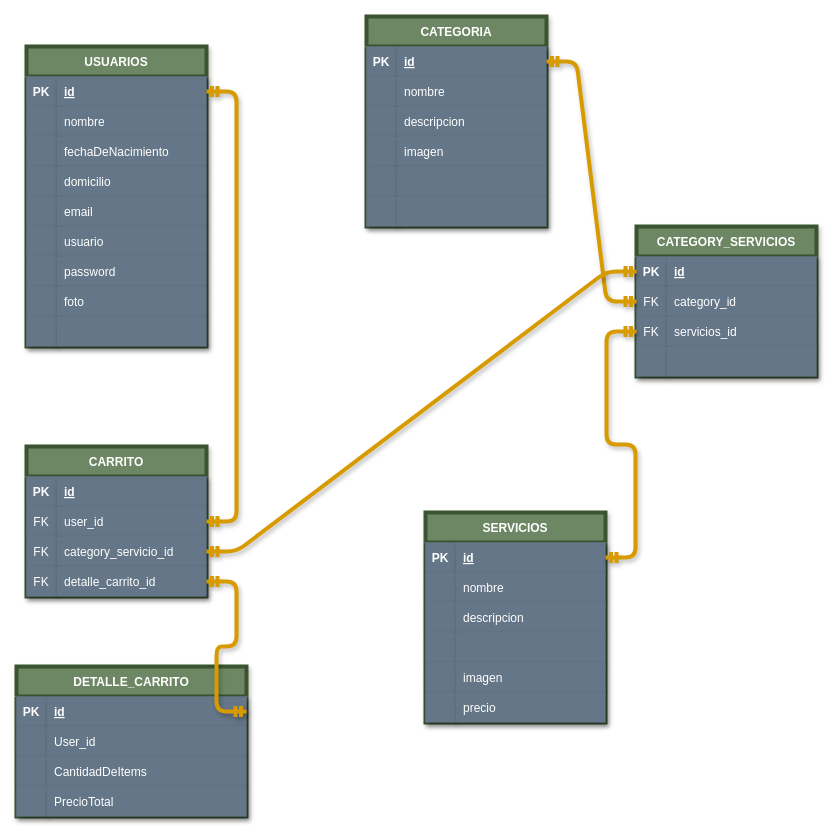
Above: diagrama.dio in HerreraA/grupo_10_CrearLa (draw.io), before the change. Source tidied: cells renumbered, new cells numbered last; positions are measured from the earlier drawing's top-left corner, leaving out a move shared by most shapes. Both pictures are drawn from the tidied source at 100%, with x=0, y=0 at pixel (16, 16).
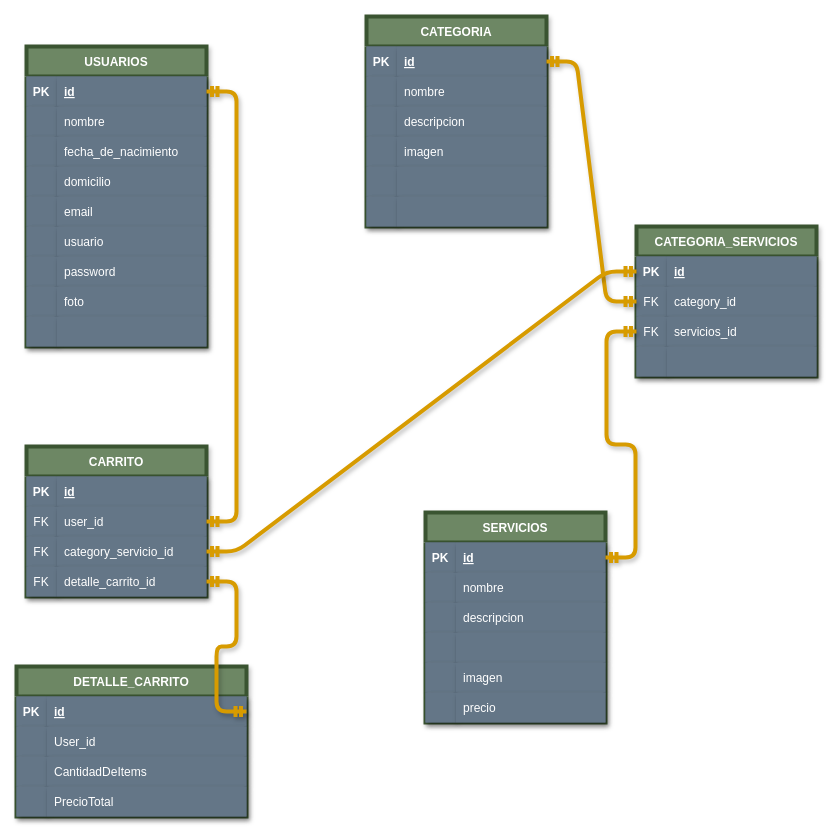
The same page after the edit.

The change refers to these unchanged cells:
```xml
<mxCell id="9" style="shape=partialRectangle;fillColor=#647687;top=0;left=0;bottom=0;right=0;labelBackgroundColor=none;fontColor=#ffffff;strokeColor=none;sketch=0;shadow=1;strokeWidth=4;" parent="2" vertex="1">
  <mxGeometry y="90" width="180" height="30" as="geometry" />
</mxCell>
```

The edit, as a diff of the source:
```diff
@@
-    <mxCell id="11" value="fechaDeNacimiento" style="shape=partialRectangle;fillColor=#647687;top=0;left=0;bottom=0;right=0;align=left;spacingLeft=6;overflow=hidden;labelBackgroundColor=none;fontColor=#ffffff;strokeColor=none;sketch=0;shadow=1;strokeWidth=4;" parent="9" vertex="1">
+    <mxCell id="11" value="fecha_de_nacimiento" style="shape=partialRectangle;fillColor=#647687;top=0;left=0;bottom=0;right=0;align=left;spacingLeft=6;overflow=hidden;labelBackgroundColor=none;fontColor=#ffffff;strokeColor=none;sketch=0;shadow=1;strokeWidth=4;" parent="9" vertex="1">
       <mxGeometry x="30" width="150" height="30" as="geometry" />
     </mxCell>
@@
-    <mxCell id="68" value="CATEGORY_SERVICIOS" style="shape=table;startSize=30;childLayout=tableLayout;rowLines=0;fontStyle=1;align=center;labelBackgroundColor=none;fontColor=#ffffff;fillColor=#6d8764;strokeColor=#3A5431;sketch=0;shadow=1;strokeWidth=4;" parent="1" vertex="1">
+    <mxCell id="68" value="CATEGORIA_SERVICIOS" style="shape=table;startSize=30;childLayout=tableLayout;rowLines=0;fontStyle=1;align=center;labelBackgroundColor=none;fontColor=#ffffff;fillColor=#6d8764;strokeColor=#3A5431;sketch=0;shadow=1;strokeWidth=4;" parent="1" vertex="1">
       <mxGeometry x="620" y="210" width="180" height="150" as="geometry" />
     </mxCell>
```
